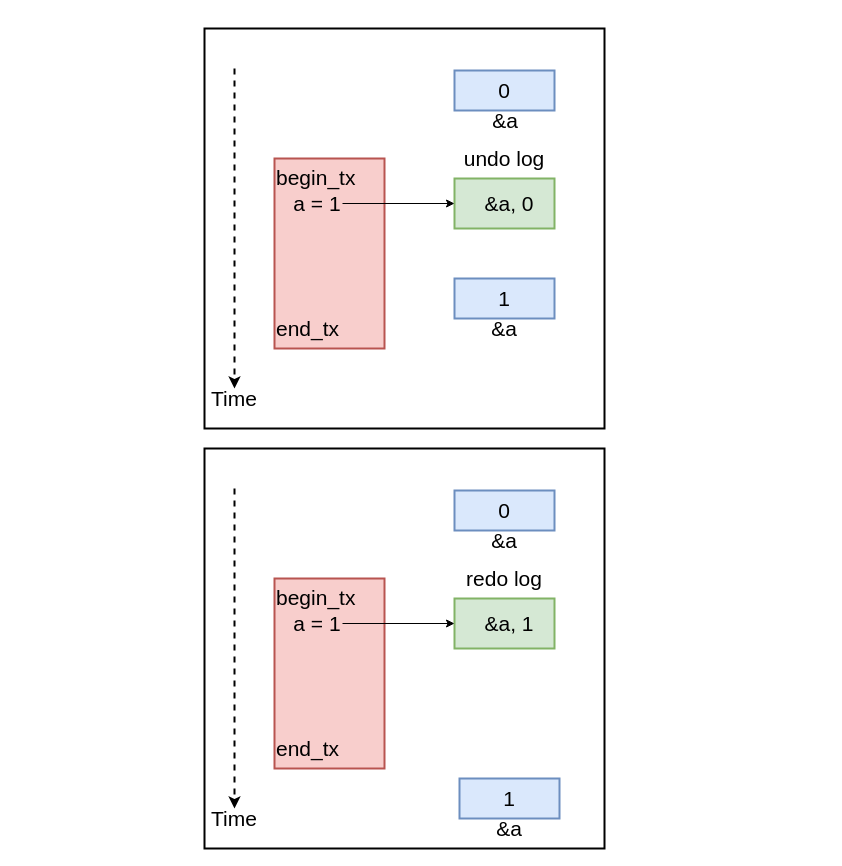
The draw.io diagram system_diagram.drawio in arunkp1986/CAR3S, before the edit. Source tidied: cells renumbered, new cells numbered last; positions are measured from the earlier drawing's top-left corner, leaving out a move shared by most shapes. Both pictures are drawn from the tidied source at 100%, with x=0, y=0 at pixel (204, 28).
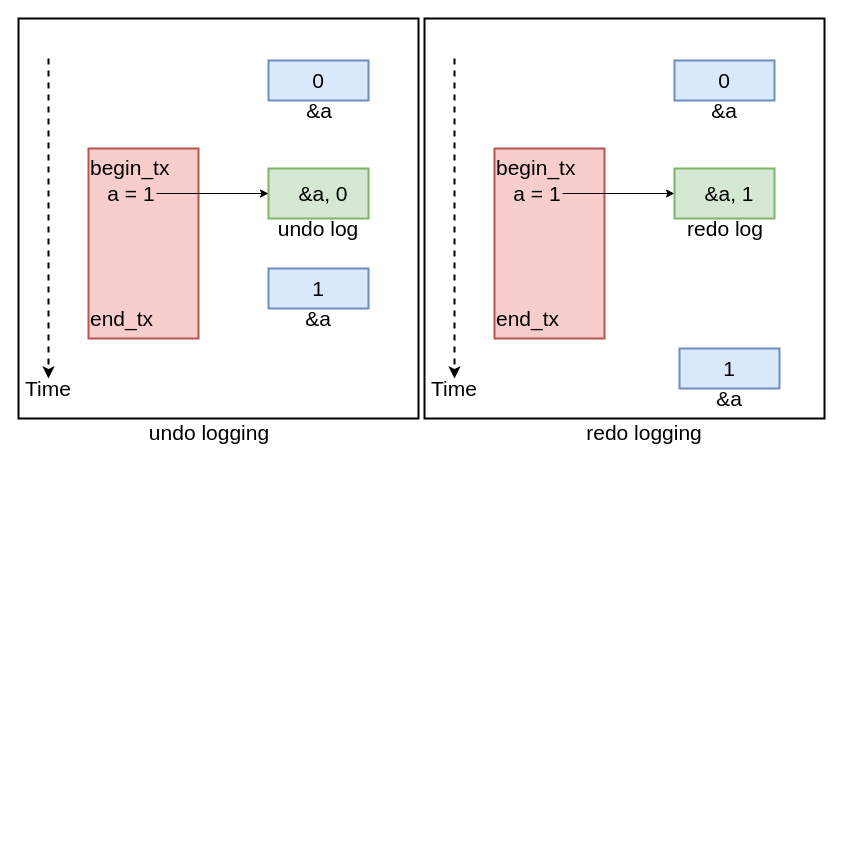
After the change.

What changed in the source:
```diff
@@
     <mxCell id="2" style="whiteSpace=wrap;html=1;fontSize=21;strokeWidth=2;align=left;" parent="1" vertex="1">
-      <mxGeometry width="400" height="400" as="geometry" />
+      <mxGeometry x="-186" y="-10" width="400" height="400" as="geometry" />
     </mxCell>
     <mxCell id="3" style="rounded=0;whiteSpace=wrap;html=1;fillColor=#d5e8d4;strokeColor=#82b366;strokeWidth=2;" parent="1" vertex="1">
-      <mxGeometry x="250" y="150" width="100" height="50" as="geometry" />
+      <mxGeometry x="64" y="140" width="100" height="50" as="geometry" />
     </mxCell>
     <mxCell id="4" value="begin_tx&lt;br style=&quot;font-size: 21px&quot;&gt;&amp;nbsp;&lt;br&gt;&lt;br&gt;&lt;br&gt;&lt;br&gt;&lt;br&gt;&lt;span&gt;end_tx&lt;/span&gt;" style="text;html=1;fillColor=#f8cecc;align=left;verticalAlign=top;whiteSpace=wrap;rounded=0;fontSize=21;strokeWidth=2;strokeColor=#b85450;" parent="1" vertex="1">
-      <mxGeometry x="70" y="130" width="110" height="190" as="geometry" />
+      <mxGeometry x="-116" y="120" width="110" height="190" as="geometry" />
     </mxCell>
     <mxCell id="5" value="&amp;amp;a" style="text;html=1;strokeColor=none;fillColor=none;align=center;verticalAlign=middle;whiteSpace=wrap;rounded=0;fontSize=21;" parent="1" vertex="1">
-      <mxGeometry x="281" y="82" width="40" height="20" as="geometry" />
+      <mxGeometry x="95" y="72" width="40" height="20" as="geometry" />
     </mxCell>
     <mxCell id="6" style="endArrow=classic;html=1;fontSize=21;strokeWidth=2;dashed=1;" parent="1" edge="1" target="12">
       <mxGeometry relative="1" as="geometry">
-        <mxPoint x="30" y="40" as="sourcePoint" />
+        <mxPoint x="-156" y="30" as="sourcePoint" />
       </mxGeometry>
     </mxCell>
     <mxCell id="7" value="&amp;amp;a, 0" style="text;html=1;strokeColor=none;fillColor=none;align=center;verticalAlign=middle;whiteSpace=wrap;rounded=0;fontSize=21;" parent="1" vertex="1">
-      <mxGeometry x="250" y="165" width="110" height="20" as="geometry" />
+      <mxGeometry x="64" y="155" width="110" height="20" as="geometry" />
     </mxCell>
     <mxCell id="8" value="1" style="rounded=0;whiteSpace=wrap;html=1;fontSize=21;fillColor=#dae8fc;strokeColor=#6c8ebf;strokeWidth=2;" parent="1" vertex="1">
-      <mxGeometry x="250" y="250" width="100" height="40" as="geometry" />
+      <mxGeometry x="64" y="240" width="100" height="40" as="geometry" />
     </mxCell>
     <mxCell id="9" value="&amp;amp;a" style="text;html=1;strokeColor=none;fillColor=none;align=center;verticalAlign=middle;whiteSpace=wrap;rounded=0;fontSize=21;" parent="1" vertex="1">
-      <mxGeometry x="280" y="290" width="40" height="20" as="geometry" />
+      <mxGeometry x="94" y="280" width="40" height="20" as="geometry" />
     </mxCell>
     <mxCell id="10" value="0" style="rounded=0;whiteSpace=wrap;html=1;fontSize=21;strokeWidth=2;fillColor=#dae8fc;strokeColor=#6c8ebf;" parent="1" vertex="1">
-      <mxGeometry x="250" y="42" width="100" height="40" as="geometry" />
+      <mxGeometry x="64" y="32" width="100" height="40" as="geometry" />
     </mxCell>
     <mxCell id="11" value="undo log" style="text;html=1;strokeColor=none;fillColor=none;align=center;verticalAlign=middle;whiteSpace=wrap;rounded=0;fontSize=21;" parent="1" vertex="1">
-      <mxGeometry x="250" y="120" width="100" height="20" as="geometry" />
+      <mxGeometry x="64" y="190" width="100" height="20" as="geometry" />
     </mxCell>
     <mxCell id="12" value="Time" style="text;html=1;strokeColor=none;fillColor=none;align=center;verticalAlign=middle;whiteSpace=wrap;rounded=0;fontSize=21;" parent="1" vertex="1">
-      <mxGeometry x="10" y="360" width="40" height="20" as="geometry" />
+      <mxGeometry x="-176" y="350" width="40" height="20" as="geometry" />
     </mxCell>
@@
     <mxCell id="14" value="a = 1" style="text;html=1;strokeColor=none;fillColor=none;align=center;verticalAlign=middle;whiteSpace=wrap;rounded=0;fontSize=21;" parent="1" vertex="1">
-      <mxGeometry x="88" y="165" width="50" height="20" as="geometry" />
+      <mxGeometry x="-98" y="155" width="50" height="20" as="geometry" />
     </mxCell>
     <mxCell id="15" style="whiteSpace=wrap;html=1;fontSize=21;strokeWidth=2;align=left;" parent="1" vertex="1">
-      <mxGeometry y="420" width="400" height="400" as="geometry" />
+      <mxGeometry x="220" y="-10" width="400" height="400" as="geometry" />
     </mxCell>
     <mxCell id="16" style="rounded=0;whiteSpace=wrap;html=1;fillColor=#d5e8d4;strokeColor=#82b366;strokeWidth=2;" parent="1" vertex="1">
-      <mxGeometry x="250" y="570" width="100" height="50" as="geometry" />
+      <mxGeometry x="470" y="140" width="100" height="50" as="geometry" />
     </mxCell>
     <mxCell id="17" value="begin_tx&lt;br style=&quot;font-size: 21px&quot;&gt;&amp;nbsp;&lt;br&gt;&lt;br&gt;&lt;br&gt;&lt;br&gt;&lt;br&gt;&lt;span&gt;end_tx&lt;/span&gt;" style="text;html=1;fillColor=#f8cecc;align=left;verticalAlign=top;whiteSpace=wrap;rounded=0;fontSize=21;strokeWidth=2;strokeColor=#b85450;" parent="1" vertex="1">
-      <mxGeometry x="70" y="550" width="110" height="190" as="geometry" />
+      <mxGeometry x="290" y="120" width="110" height="190" as="geometry" />
     </mxCell>
     <mxCell id="18" value="&amp;amp;a" style="text;html=1;strokeColor=none;fillColor=none;align=center;verticalAlign=middle;whiteSpace=wrap;rounded=0;fontSize=21;" parent="1" vertex="1">
-      <mxGeometry x="280" y="502" width="40" height="20" as="geometry" />
+      <mxGeometry x="500" y="72" width="40" height="20" as="geometry" />
     </mxCell>
     <mxCell id="19" style="endArrow=classic;html=1;fontSize=21;strokeWidth=2;dashed=1;" parent="1" edge="1" target="23">
       <mxGeometry relative="1" as="geometry">
-        <mxPoint x="30" y="460" as="sourcePoint" />
+        <mxPoint x="250" y="30" as="sourcePoint" />
       </mxGeometry>
     </mxCell>
     <mxCell id="20" value="&amp;amp;a, 1" style="text;html=1;strokeColor=none;fillColor=none;align=center;verticalAlign=middle;whiteSpace=wrap;rounded=0;fontSize=21;" parent="1" vertex="1">
-      <mxGeometry x="250" y="585" width="110" height="20" as="geometry" />
+      <mxGeometry x="470" y="155" width="110" height="20" as="geometry" />
     </mxCell>
     <mxCell id="21" value="0" style="rounded=0;whiteSpace=wrap;html=1;fontSize=21;strokeWidth=2;fillColor=#dae8fc;strokeColor=#6c8ebf;" parent="1" vertex="1">
-      <mxGeometry x="250" y="462" width="100" height="40" as="geometry" />
+      <mxGeometry x="470" y="32" width="100" height="40" as="geometry" />
     </mxCell>
     <mxCell id="22" value="redo log" style="text;html=1;strokeColor=none;fillColor=none;align=center;verticalAlign=middle;whiteSpace=wrap;rounded=0;fontSize=21;" parent="1" vertex="1">
-      <mxGeometry x="250" y="540" width="100" height="20" as="geometry" />
+      <mxGeometry x="471" y="190" width="100" height="20" as="geometry" />
     </mxCell>
     <mxCell id="23" value="Time" style="text;html=1;strokeColor=none;fillColor=none;align=center;verticalAlign=middle;whiteSpace=wrap;rounded=0;fontSize=21;" parent="1" vertex="1">
-      <mxGeometry x="10" y="780" width="40" height="20" as="geometry" />
+      <mxGeometry x="230" y="350" width="40" height="20" as="geometry" />
     </mxCell>
@@
     <mxCell id="25" value="a = 1" style="text;html=1;strokeColor=none;fillColor=none;align=center;verticalAlign=middle;whiteSpace=wrap;rounded=0;fontSize=21;" parent="1" vertex="1">
-      <mxGeometry x="88" y="585" width="50" height="20" as="geometry" />
+      <mxGeometry x="308" y="155" width="50" height="20" as="geometry" />
     </mxCell>
     <mxCell id="26" value="1" style="rounded=0;whiteSpace=wrap;html=1;fontSize=21;fillColor=#dae8fc;strokeColor=#6c8ebf;strokeWidth=2;" parent="1" vertex="1">
-      <mxGeometry x="255" y="750" width="100" height="40" as="geometry" />
+      <mxGeometry x="475" y="320" width="100" height="40" as="geometry" />
     </mxCell>
     <mxCell id="27" value="&amp;amp;a" style="text;html=1;strokeColor=none;fillColor=none;align=center;verticalAlign=middle;whiteSpace=wrap;rounded=0;fontSize=21;" parent="1" vertex="1">
-      <mxGeometry x="285" y="790" width="40" height="20" as="geometry" />
+      <mxGeometry x="505" y="360" width="40" height="20" as="geometry" />
     </mxCell>
+    <mxCell id="28" value="undo logging" style="text;html=1;strokeColor=none;fillColor=none;align=center;verticalAlign=middle;whiteSpace=wrap;rounded=0;fontSize=21;" parent="1" vertex="1">
+      <mxGeometry x="-60" y="394" width="130" height="20" as="geometry" />
+    </mxCell>
+    <mxCell id="29" value="redo logging" style="text;html=1;strokeColor=none;fillColor=none;align=center;verticalAlign=middle;whiteSpace=wrap;rounded=0;fontSize=21;" parent="1" vertex="1">
+      <mxGeometry x="375" y="394" width="130" height="20" as="geometry" />
+    </mxCell>
```
